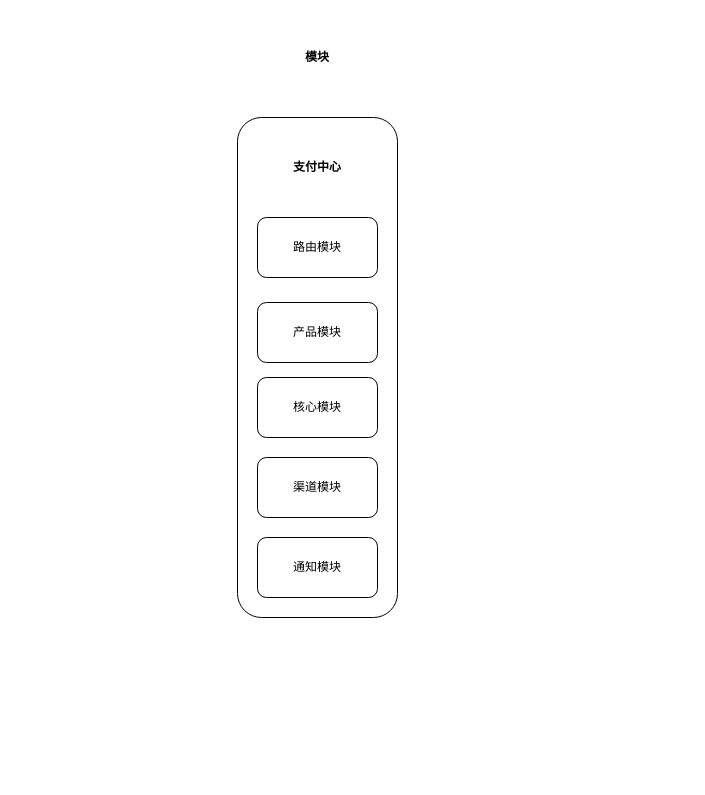
scc2867466176/wm keeps this draw.io diagram as 支付中心模块.drawio. Above is the earlier version. Source tidied: cells renumbered, new cells numbered last; positions are measured from the earlier drawing's top-left corner, leaving out a move shared by most shapes. Both pictures are drawn from the tidied source at 100%, with x=0, y=0 at pixel (237, 27).
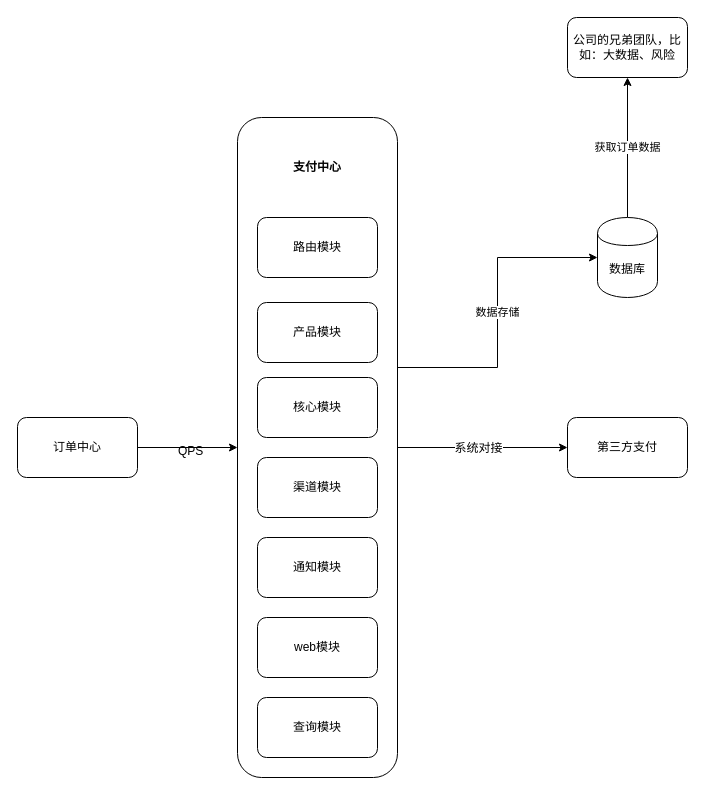
Above is the later version.

Commit message (it also covers changes not shown here):
更新支付中心模块.drawio

The edit, as a diff of the source:
```diff
@@
+    <mxCell id="10" style="edgeStyle=orthogonalEdgeStyle;rounded=0;jettySize=auto;html=1;entryX=0;entryY=0.5;entryDx=0;entryDy=0;" parent="1" edge="1" source="2" target="15">
+      <mxGeometry relative="1" as="geometry" />
+    </mxCell>
+    <mxCell id="11" value="系统对接" style="text;html=1;align=center;verticalAlign=middle;labelBackgroundColor=#ffffff;" parent="10" vertex="1">
+      <mxGeometry x="-0.12" y="-2" relative="1" as="geometry">
+        <mxPoint x="5" y="-2" as="offset" />
+      </mxGeometry>
+    </mxCell>
+    <mxCell id="12" value="数据存储" style="edgeStyle=orthogonalEdgeStyle;rounded=0;jettySize=auto;html=1;entryX=0;entryY=0.5;entryDx=0;entryDy=0;" parent="1" edge="1" source="2" target="17">
+      <mxGeometry relative="1" as="geometry">
+        <Array as="points">
+          <mxPoint x="260" y="340" />
+          <mxPoint x="260" y="230" />
+        </Array>
+      </mxGeometry>
+    </mxCell>
     <mxCell id="2" style="rounded=1;whiteSpace=wrap;html=1;" parent="1" vertex="1">
-      <mxGeometry y="90" width="160" height="500" as="geometry" />
+      <mxGeometry y="90" width="160" height="660" as="geometry" />
     </mxCell>
@@
-    <mxCell id="9" value="&lt;b&gt;模块&lt;/b&gt;" style="rounded=1;whiteSpace=wrap;html=1;strokeColor=none;" parent="1" vertex="1">
-      <mxGeometry x="20" width="120" height="60" as="geometry" />
-    </mxCell>
+    <mxCell id="13" value="web模块" style="rounded=1;whiteSpace=wrap;html=1;" parent="1" vertex="1">
+      <mxGeometry x="20" y="590" width="120" height="60" as="geometry" />
+    </mxCell>
+    <mxCell id="14" value="查询模块" style="rounded=1;whiteSpace=wrap;html=1;" parent="1" vertex="1">
+      <mxGeometry x="20" y="670" width="120" height="60" as="geometry" />
+    </mxCell>
+    <mxCell id="15" value="第三方支付" style="rounded=1;whiteSpace=wrap;html=1;" parent="1" vertex="1">
+      <mxGeometry x="330" y="390" width="120" height="60" as="geometry" />
+    </mxCell>
+    <mxCell id="16" value="获取订单数据" style="edgeStyle=orthogonalEdgeStyle;rounded=0;jettySize=auto;html=1;entryX=0.5;entryY=1;entryDx=0;entryDy=0;" parent="1" edge="1" source="17" target="18">
+      <mxGeometry relative="1" as="geometry" />
+    </mxCell>
+    <mxCell id="17" value="数据库" style="shape=cylinder;whiteSpace=wrap;html=1;boundedLbl=1;backgroundOutline=1;" parent="1" vertex="1">
+      <mxGeometry x="360" y="190" width="60" height="80" as="geometry" />
+    </mxCell>
+    <mxCell id="18" value="公司的兄弟团队，比如：大数据、风险" style="rounded=1;whiteSpace=wrap;html=1;" parent="1" vertex="1">
+      <mxGeometry x="330" y="-10" width="120" height="60" as="geometry" />
+    </mxCell>
+    <mxCell id="19" style="edgeStyle=orthogonalEdgeStyle;rounded=0;jettySize=auto;html=1;entryX=0;entryY=0.5;entryDx=0;entryDy=0;" parent="1" edge="1" source="20" target="2">
+      <mxGeometry relative="1" as="geometry" />
+    </mxCell>
+    <mxCell id="20" value="订单中心" style="rounded=1;whiteSpace=wrap;html=1;" parent="1" vertex="1">
+      <mxGeometry x="-220" y="390" width="120" height="60" as="geometry" />
+    </mxCell>
+    <mxCell id="21" value="QPS" style="text;html=1;align=left;verticalAlign=top;spacingTop=-4;" parent="1" vertex="1">
+      <mxGeometry x="-61" y="414" width="40" height="20" as="geometry" />
+    </mxCell>
```
